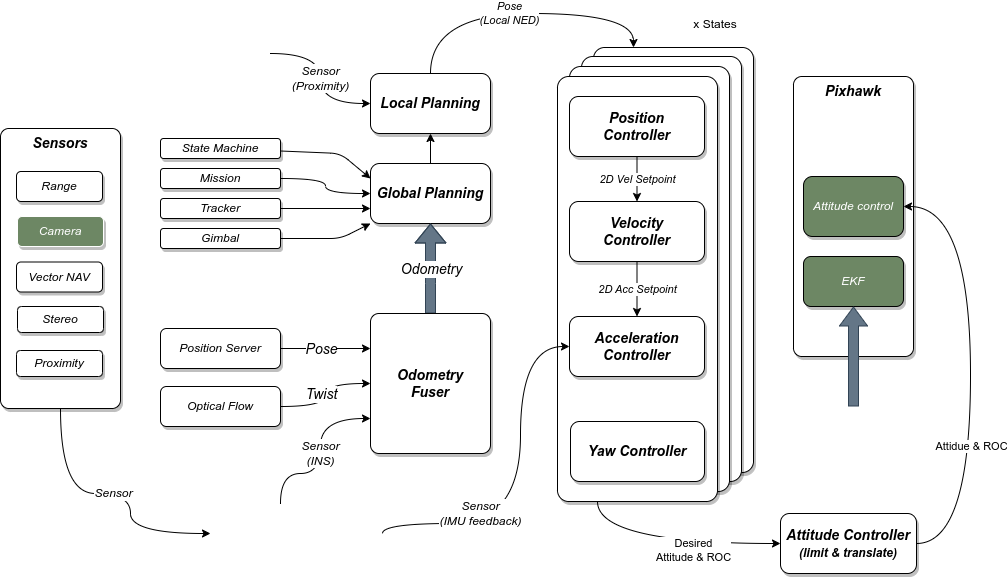
Earlier version of the draw.io export images/control.drawio.png (ori-kruk/desgin). Source tidied: cells renumbered, new cells last; positions are measured from the earlier drawing's top-left corner, leaving out a move shared by most shapes.
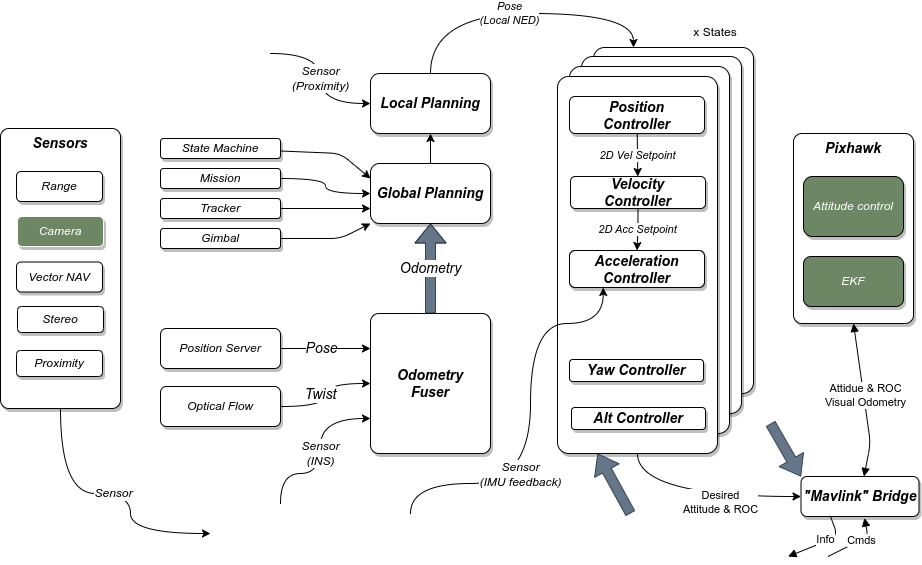
Above is the later version.

Change to the diagram source:
```diff
@@ -3,22 +3,22 @@
     <mxCell id="0" />
     <mxCell id="1" parent="0" />
     <mxCell id="2" style="rounded=1;whiteSpace=wrap;html=1;shadow=1;align=center;verticalAlign=middle;arcSize=7;" parent="1" vertex="1">
-      <mxGeometry x="593" y="38" width="160" height="425" as="geometry" />
+      <mxGeometry x="593" y="38" width="160" height="346" as="geometry" />
     </mxCell>
     <mxCell id="3" style="rounded=1;whiteSpace=wrap;html=1;shadow=1;arcSize=7;" parent="1" vertex="1">
-      <mxGeometry x="581" y="47" width="160" height="425" as="geometry" />
+      <mxGeometry x="581" y="47" width="160" height="357" as="geometry" />
     </mxCell>
     <mxCell id="4" style="rounded=1;whiteSpace=wrap;html=1;shadow=1;arcSize=7;" parent="1" vertex="1">
-      <mxGeometry x="569" y="57" width="160" height="425" as="geometry" />
+      <mxGeometry x="569" y="57" width="160" height="367" as="geometry" />
     </mxCell>
     <mxCell id="5" style="rounded=1;whiteSpace=wrap;html=1;shadow=1;arcSize=7;" parent="1" vertex="1">
-      <mxGeometry x="557" y="67" width="160" height="425" as="geometry" />
+      <mxGeometry x="557" y="67" width="160" height="377" as="geometry" />
     </mxCell>
     <mxCell id="6" value="&lt;font style=&quot;font-size: 14px;&quot;&gt;&lt;b&gt;Sensors&lt;/b&gt;&lt;/font&gt;" style="rounded=1;whiteSpace=wrap;html=1;strokeColor=default;arcSize=7;verticalAlign=top;fontStyle=2;shadow=1;" parent="1" vertex="1">
       <mxGeometry y="119" width="120" height="280" as="geometry" />
     </mxCell>
     <mxCell id="7" value="&lt;font style=&quot;font-size: 14px;&quot;&gt;&lt;span style=&quot;font-size: 14px;&quot;&gt;Pixhawk&lt;/span&gt;&lt;/font&gt;" style="rounded=1;whiteSpace=wrap;html=1;strokeColor=default;arcSize=7;verticalAlign=top;fontStyle=3;fontSize=14;shadow=1;" parent="1" vertex="1">
-      <mxGeometry x="793" y="67" width="120" height="280" as="geometry" />
+      <mxGeometry x="793" y="124" width="120" height="190" as="geometry" />
     </mxCell>
     <mxCell id="8" value="Vector NAV" style="rounded=1;whiteSpace=wrap;html=1;fontStyle=2;shadow=1;" parent="1" vertex="1">
       <mxGeometry x="16" y="252.5" width="86" height="30" as="geometry" />
@@ -39,7 +39,7 @@
       <mxGeometry relative="1" as="geometry" />
     </mxCell>
     <mxCell id="14" value="Position&lt;br style=&quot;font-size: 14px;&quot;&gt;Controller" style="rounded=1;whiteSpace=wrap;html=1;strokeColor=default;fontStyle=3;fontSize=14;shadow=1;" parent="1" vertex="1">
-      <mxGeometry x="569" y="87" width="135" height="60" as="geometry" />
+      <mxGeometry x="569" y="87" width="135" height="37" as="geometry" />
     </mxCell>
     <mxCell id="15" value="EKF" style="rounded=1;whiteSpace=wrap;html=1;strokeColor=default;fillColor=#6d8764;fontColor=#ffffff;fontStyle=2;shadow=1;" parent="1" vertex="1">
       <mxGeometry x="803" y="247" width="100" height="50" as="geometry" />
@@ -59,10 +59,10 @@
       <mxGeometry relative="1" as="geometry" />
     </mxCell>
     <mxCell id="20" value="Velocity&lt;br style=&quot;font-size: 14px;&quot;&gt;Controller" style="rounded=1;whiteSpace=wrap;html=1;strokeColor=default;fontStyle=3;fontSize=14;shadow=1;" parent="1" vertex="1">
-      <mxGeometry x="569" y="192" width="135" height="60" as="geometry" />
+      <mxGeometry x="570" y="167" width="135" height="32" as="geometry" />
     </mxCell>
     <mxCell id="21" value="Acceleration Controller" style="rounded=1;whiteSpace=wrap;html=1;strokeColor=default;fontSize=14;fontStyle=3;shadow=1;" parent="1" vertex="1">
-      <mxGeometry x="569" y="307" width="135" height="60" as="geometry" />
+      <mxGeometry x="569" y="241" width="135" height="37" as="geometry" />
     </mxCell>
     <mxCell id="22" style="edgeStyle=orthogonalEdgeStyle;curved=1;html=1;exitX=1;exitY=0.5;exitDx=0;exitDy=0;entryX=0;entryY=0.75;entryDx=0;entryDy=0;fontStyle=2;" parent="1" edge="1" source="23" target="33">
       <mxGeometry relative="1" as="geometry" />
@@ -84,32 +84,60 @@
     <mxCell id="26" value="Mission" style="rounded=1;whiteSpace=wrap;html=1;strokeColor=default;fontStyle=2;shadow=1;" parent="1" vertex="1">
       <mxGeometry x="160" y="159" width="120" height="20" as="geometry" />
     </mxCell>
-    <mxCell id="27" value="Sensor&lt;br&gt;(IMU feedback)" style="edgeStyle=orthogonalEdgeStyle;html=1;fontSize=12;curved=1;fontStyle=2;entryX=0;entryY=0.5;entryDx=0;entryDy=0;" parent="1" edge="1" target="21">
-      <mxGeometry x="-0.42" y="10" relative="1" as="geometry">
-        <mxPoint x="382" y="524" as="sourcePoint" />
+    <mxCell id="27" value="Sensor&lt;br&gt;(IMU feedback)" style="edgeStyle=orthogonalEdgeStyle;html=1;fontSize=12;curved=1;fontStyle=2;entryX=0.25;entryY=1;entryDx=0;entryDy=0;" parent="1" edge="1" target="21">
+      <mxGeometry x="-0.24" y="10" relative="1" as="geometry">
+        <mxPoint x="410" y="504" as="sourcePoint" />
         <Array as="points">
-          <mxPoint x="382" y="514" />
-          <mxPoint x="520" y="514" />
-          <mxPoint x="520" y="337" />
+          <mxPoint x="410" y="474" />
+          <mxPoint x="530" y="474" />
+          <mxPoint x="530" y="314" />
+          <mxPoint x="603" y="314" />
         </Array>
       </mxGeometry>
     </mxCell>
-    <mxCell id="28" style="edgeStyle=orthogonalEdgeStyle;html=1;curved=1;entryX=1;entryY=0.5;entryDx=0;entryDy=0;exitX=1;exitY=0.5;exitDx=0;exitDy=0;" parent="1" edge="1" source="30" target="12">
-      <mxGeometry relative="1" as="geometry">
-        <Array as="points">
-          <mxPoint x="970" y="534" />
-          <mxPoint x="970" y="197" />
-        </Array>
-      </mxGeometry>
-    </mxCell>
-    <mxCell id="29" value="Attidue &amp;amp; ROC" style="edgeLabel;html=1;align=center;verticalAlign=middle;" parent="28" vertex="1">
-      <mxGeometry x="-0.34" relative="1" as="geometry" />
-    </mxCell>
+    <mxCell id="53" style="edgeStyle=none;html=1;entryX=0.5;entryY=1;entryDx=0;entryDy=0;startArrow=block;startFill=1;endArrow=block;endFill=1;" parent="1" edge="1" source="30" target="7">
+      <mxGeometry relative="1" as="geometry">
+        <Array as="points">
+          <mxPoint x="870" y="434" />
+        </Array>
+      </mxGeometry>
+    </mxCell>
+    <mxCell id="54" value="Attidue &amp;amp; ROC&lt;br&gt;Visual Odometry" style="edgeLabel;html=1;align=center;verticalAlign=middle;" parent="53" vertex="1">
+      <mxGeometry x="0.57" relative="1" as="geometry">
+        <mxPoint x="7" y="38" as="offset" />
+      </mxGeometry>
+    </mxCell>
+    <mxCell id="55" style="edgeStyle=none;html=1;startArrow=none;startFill=0;endArrow=block;endFill=1;exitX=0.25;exitY=1;exitDx=0;exitDy=0;" parent="1" edge="1" source="30">
+      <mxGeometry relative="1" as="geometry">
+        <mxPoint x="787.5" y="547" as="targetPoint" />
+        <Array as="points">
+          <mxPoint x="837.5" y="527" />
+        </Array>
+      </mxGeometry>
+    </mxCell>
+    <mxCell id="56" value="Info" style="edgeLabel;html=1;align=center;verticalAlign=middle;" parent="55" vertex="1">
+      <mxGeometry x="-0.24" relative="1" as="geometry">
+        <mxPoint x="-6" as="offset" />
+      </mxGeometry>
+    </mxCell>
+    <mxCell id="57" style="edgeStyle=none;html=1;startArrow=block;startFill=1;endArrow=none;endFill=0;exitX=0.538;exitY=1.038;exitDx=0;exitDy=0;exitPerimeter=0;" parent="1" edge="1" source="30">
+      <mxGeometry relative="1" as="geometry">
+        <mxPoint x="827.5" y="547" as="targetPoint" />
+        <Array as="points">
+          <mxPoint x="867.5" y="527" />
+        </Array>
+      </mxGeometry>
+    </mxCell>
+    <mxCell id="58" value="Cmds" style="edgeLabel;html=1;align=center;verticalAlign=middle;" parent="57" vertex="1">
+      <mxGeometry x="-0.19" y="1" relative="1" as="geometry">
+        <mxPoint x="-1" as="offset" />
+      </mxGeometry>
+    </mxCell>
-    <mxCell id="30" value="Attitude Controller&lt;br style=&quot;font-size: 14px;&quot;&gt;&lt;font style=&quot;font-size: 12px;&quot;&gt;(limit &amp;amp; translate)&lt;/font&gt;" style="rounded=1;whiteSpace=wrap;html=1;strokeColor=default;fontSize=14;fontStyle=3;shadow=1;" parent="1" vertex="1">
-      <mxGeometry x="780" y="504" width="136" height="60" as="geometry" />
+    <mxCell id="30" value="&quot;Mavlink&quot; Bridge" style="rounded=1;whiteSpace=wrap;html=1;strokeColor=default;fontSize=14;fontStyle=3;shadow=1;" parent="1" vertex="1">
+      <mxGeometry x="800.5" y="467" width="118" height="40" as="geometry" />
     </mxCell>
     <mxCell id="31" value="Yaw Controller" style="rounded=1;whiteSpace=wrap;html=1;strokeColor=default;fontStyle=3;fontSize=14;shadow=1;" parent="1" vertex="1">
-      <mxGeometry x="570" y="412" width="134" height="60" as="geometry" />
+      <mxGeometry x="569" y="350" width="134" height="22" as="geometry" />
     </mxCell>
     <mxCell id="32" style="edgeStyle=orthogonalEdgeStyle;curved=1;html=1;exitX=0.5;exitY=0;exitDx=0;exitDy=0;entryX=0.5;entryY=1;entryDx=0;entryDy=0;fontStyle=2;" parent="1" edge="1" source="33" target="34">
       <mxGeometry relative="1" as="geometry" />
@@ -151,9 +179,9 @@
     <mxCell id="41" value="&lt;font style=&quot;font-size: 14px;&quot;&gt;&lt;b&gt;Odometry&lt;br&gt;Fuser&lt;/b&gt;&lt;/font&gt;" style="rounded=1;whiteSpace=wrap;html=1;strokeColor=default;arcSize=7;fontStyle=2;shadow=1;" parent="1" vertex="1">
       <mxGeometry x="370" y="304" width="120" height="140" as="geometry" />
     </mxCell>
-    <mxCell id="42" style="shape=flexArrow;endArrow=classic;html=1;curved=1;entryX=0.5;entryY=1;entryDx=0;entryDy=0;endWidth=17.142857142857142;startArrow=none;fillColor=#647687;strokeColor=#314354;fontStyle=2;" parent="1" edge="1" target="15">
+    <mxCell id="42" style="shape=flexArrow;endArrow=classic;html=1;curved=1;entryX=0;entryY=0;entryDx=0;entryDy=0;endWidth=17.142857142857142;startArrow=none;fillColor=#647687;strokeColor=#314354;fontStyle=2;" parent="1" edge="1" target="30">
       <mxGeometry relative="1" as="geometry">
-        <mxPoint x="853" y="397" as="sourcePoint" />
+        <mxPoint x="770" y="414" as="sourcePoint" />
       </mxGeometry>
     </mxCell>
     <mxCell id="43" value="Sensor" style="edgeStyle=orthogonalEdgeStyle;curved=1;html=1;fontStyle=2;exitX=0.5;exitY=1;exitDx=0;exitDy=0;fontSize=12;" parent="1" edge="1" source="6">
@@ -167,7 +195,7 @@
       </mxGeometry>
     </mxCell>
     <mxCell id="44" value="x States" style="text;strokeColor=none;align=center;fillColor=none;html=1;verticalAlign=middle;whiteSpace=wrap;rounded=0;shadow=1;" parent="1" vertex="1">
-      <mxGeometry x="670" width="90" height="30" as="geometry" />
+      <mxGeometry x="670" y="8" width="90" height="30" as="geometry" />
     </mxCell>
     <mxCell id="45" style="edgeStyle=none;html=1;entryX=0;entryY=1;entryDx=0;entryDy=0;" parent="1" edge="1" source="46" target="33">
       <mxGeometry relative="1" as="geometry">
@@ -189,7 +217,7 @@
     <mxCell id="48" value="State Machine" style="rounded=1;whiteSpace=wrap;html=1;strokeColor=default;fontStyle=2;shadow=1;" parent="1" vertex="1">
       <mxGeometry x="160" y="129" width="120" height="20" as="geometry" />
     </mxCell>
-    <mxCell id="49" style="edgeStyle=orthogonalEdgeStyle;html=1;curved=1;entryX=0;entryY=0.5;entryDx=0;entryDy=0;exitX=0.25;exitY=1;exitDx=0;exitDy=0;" parent="1" edge="1" source="5" target="30">
+    <mxCell id="49" style="edgeStyle=orthogonalEdgeStyle;html=1;curved=1;entryX=0;entryY=0.5;entryDx=0;entryDy=0;exitX=0.5;exitY=1;exitDx=0;exitDy=0;" parent="1" edge="1" source="5" target="30">
       <mxGeometry relative="1" as="geometry" />
     </mxCell>
     <mxCell id="50" value="Desired&lt;br&gt;Attitude &amp;amp; ROC" style="edgeLabel;html=1;align=center;verticalAlign=middle;" parent="49" vertex="1">
@@ -210,5 +238,13 @@
     <mxCell id="52" value="Proximity" style="rounded=1;whiteSpace=wrap;html=1;fontStyle=2;shadow=1;" parent="1" vertex="1">
       <mxGeometry x="16" y="341" width="86" height="26" as="geometry" />
     </mxCell>
+    <mxCell id="59" value="Alt Controller" style="rounded=1;whiteSpace=wrap;html=1;strokeColor=default;fontStyle=3;fontSize=14;shadow=1;" parent="1" vertex="1">
+      <mxGeometry x="571" y="398" width="134" height="22" as="geometry" />
+    </mxCell>
+    <mxCell id="60" style="shape=flexArrow;endArrow=classic;html=1;curved=1;entryX=0.25;entryY=1;entryDx=0;entryDy=0;endWidth=17.142857142857142;startArrow=none;fillColor=#647687;strokeColor=#314354;fontStyle=2;" parent="1" edge="1" target="5">
+      <mxGeometry relative="1" as="geometry">
+        <mxPoint x="630" y="504" as="sourcePoint" />
+      </mxGeometry>
+    </mxCell>
   </root>
 </mxGraphModel>
```
